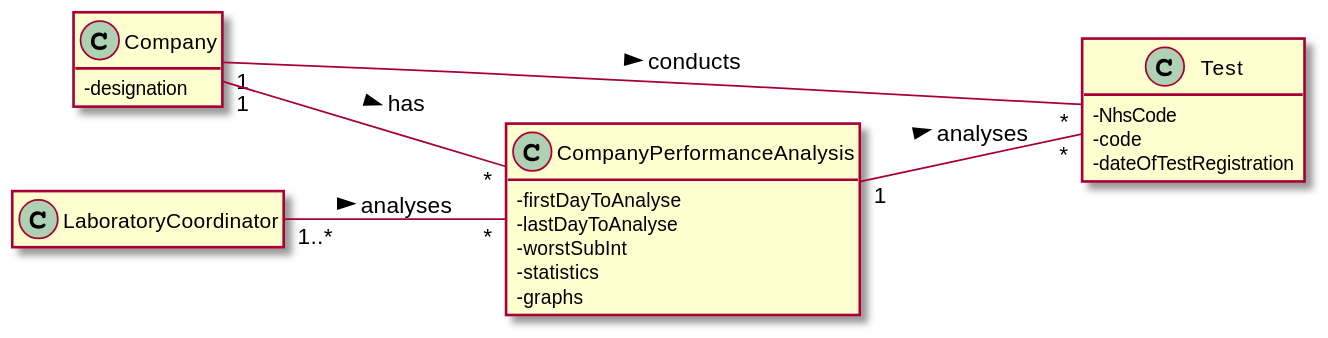
Above: docs/SprintD/US_16/US016_DM.svg in ana-albergaria/LAPR2-ISEP (PlantUML), before the change.
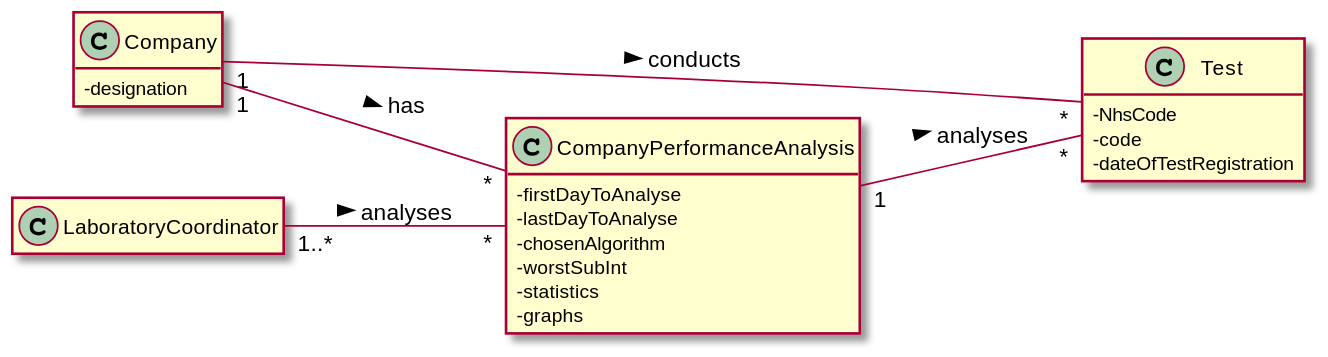
Above is the later version.

The edit, as a diff of the source:
```diff
@@ -21,6 +21,7 @@
 class CompanyPerformanceAnalysis{
 - firstDayToAnalyse
 - lastDayToAnalyse
+- chosenAlgorithm
 - worstSubInt
 - statistics
 - graphs
```
